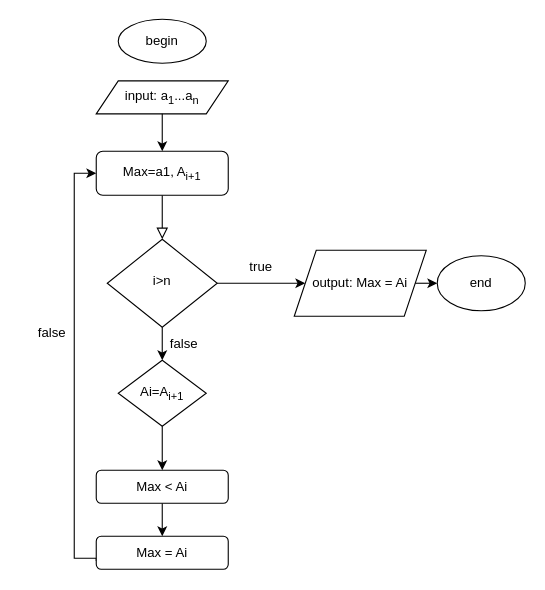
Above: b3.Mô tả thuật toán bằng Pseudo code & Flowchart/Programming Foundations with JavaScript/tìm số lớn nhất trong dãy số/Mô tả thuật toán tìm giá trị lớn nhất flow.drawio in thanhnhaduong/A1121i1--D-ng-Thanh-Nh- (draw.io), before the change. Source tidied: cells renumbered, new cells numbered last; positions are measured from the earlier drawing's top-left corner, leaving out a move shared by most shapes. Both pictures are drawn from the tidied source at 110%, with x=0, y=0 at pixel (19, 19).
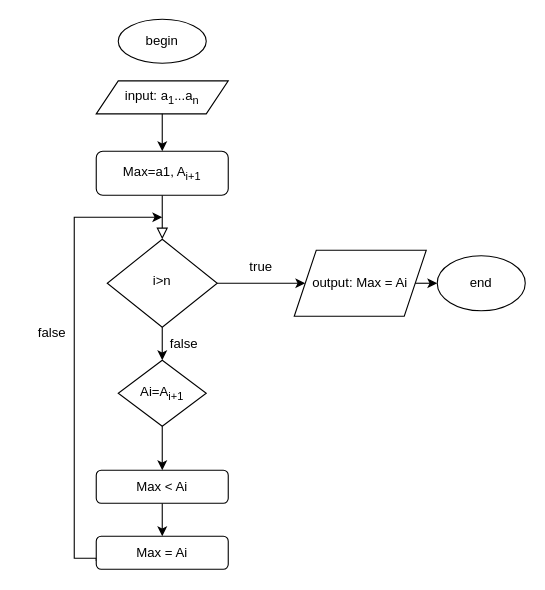
After the change.

The change refers to these unchanged cells:
```xml
<mxCell id="3" value="Max=a1, A&lt;sub&gt;i+1&lt;/sub&gt;" style="rounded=1;whiteSpace=wrap;html=1;fontSize=12;glass=0;strokeWidth=1;shadow=0;" parent="1" vertex="1">
  <mxGeometry x="70" y="120" width="120" height="40" as="geometry" />
</mxCell>
<mxCell id="21" value="Max = Ai" style="rounded=1;whiteSpace=wrap;html=1;fontSize=12;glass=0;strokeWidth=1;shadow=0;" parent="1" vertex="1">
  <mxGeometry x="70" y="470" width="120" height="30" as="geometry" />
</mxCell>
```

The edit, as a diff of the source:
```diff
@@
-    <mxCell id="5" style="edgeStyle=orthogonalEdgeStyle;rounded=0;jettySize=auto;html=1;entryX=0;entryY=0.5;entryDx=0;entryDy=0;exitX=0;exitY=0.75;exitDx=0;exitDy=0;" parent="1" edge="1" source="21" target="3">
+    <mxCell id="5" style="edgeStyle=orthogonalEdgeStyle;rounded=0;jettySize=auto;html=1;exitX=0;exitY=0.75;exitDx=0;exitDy=0;" parent="1" edge="1" source="21">
       <mxGeometry relative="1" as="geometry">
+        <mxPoint x="130" y="180" as="targetPoint" />
         <Array as="points">
           <mxPoint x="70" y="490" />
           <mxPoint x="50" y="490" />
-          <mxPoint x="50" y="140" />
+          <mxPoint x="50" y="180" />
         </Array>
       </mxGeometry>
     </mxCell>
```
